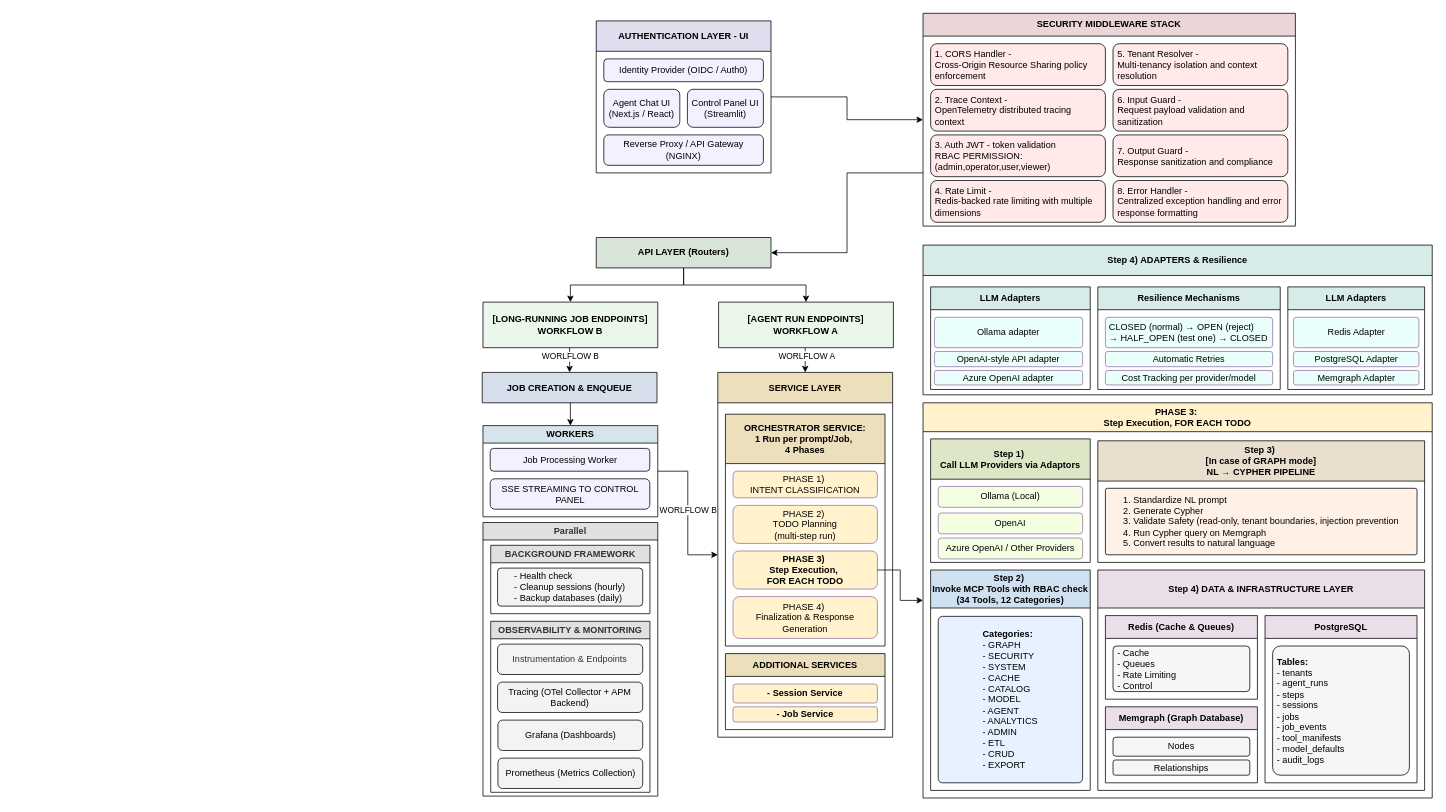
The draw.io diagram thesis/sapthesis/Presentation/architecture/drawio-files/DIAGRAM_SIMPLE.drawio in armanfeili/sapienza-msc-thesis-cineca-agentic-platform, before the edit. Source tidied: cells renumbered, new cells numbered last; positions are measured from the earlier drawing's top-left corner, leaving out a move shared by most shapes. Both pictures are drawn from the tidied source at 76%, with x=0, y=0 at pixel (482, 13).
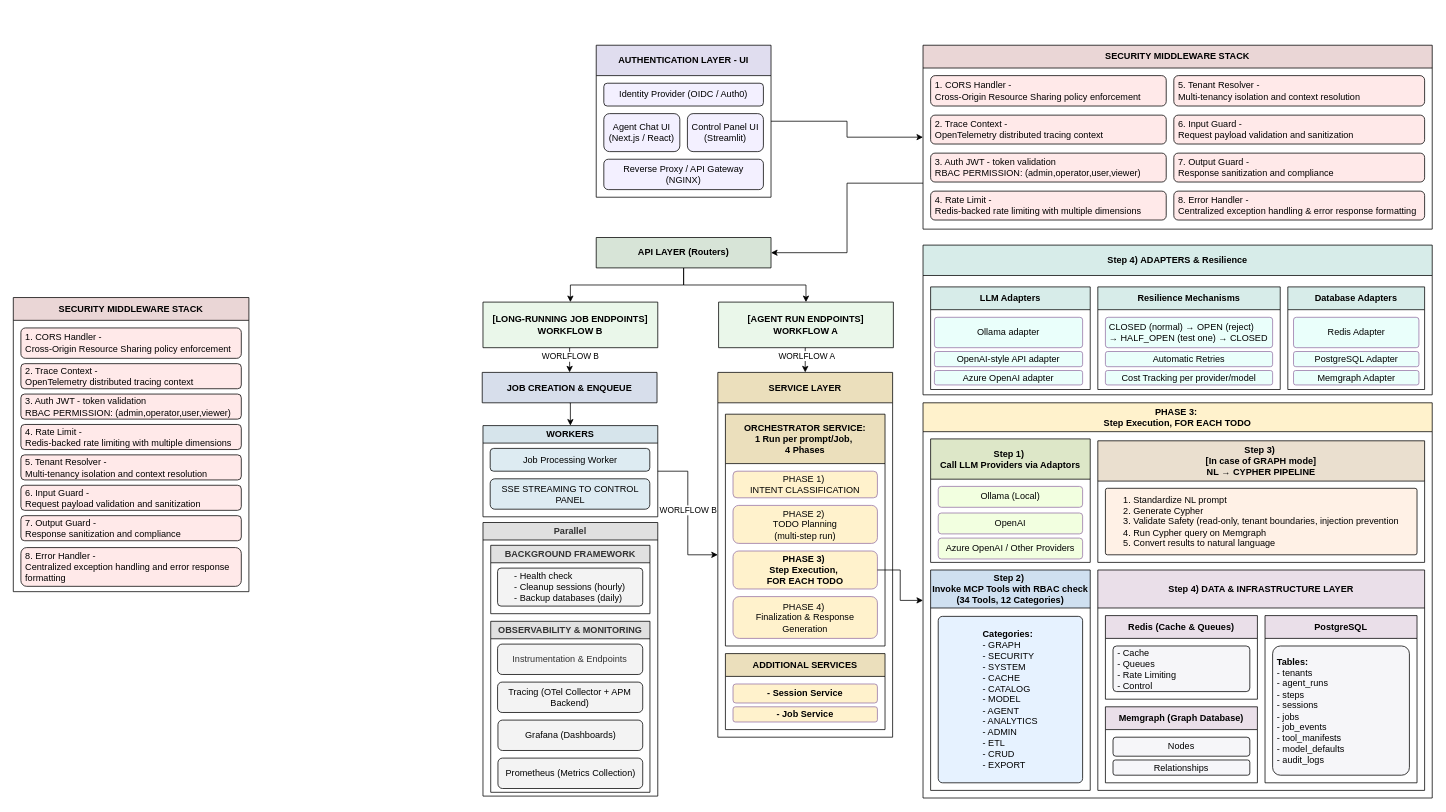
Above is the later version.

The change refers to these unchanged cells:
```xml
<mxCell id="68" value="&lt;div style=&quot;font-weight: 400;&quot;&gt;&lt;b style=&quot;text-align: left;&quot;&gt;Step 4)&amp;nbsp;&lt;/b&gt;&lt;span style=&quot;background-color: transparent; color: light-dark(rgb(0, 0, 0), rgb(255, 255, 255)); font-weight: bold;&quot;&gt;ADAPTERS &amp;amp;&amp;nbsp;&lt;/span&gt;&lt;b style=&quot;background-color: transparent; color: light-dark(rgb(0, 0, 0), rgb(255, 255, 255)); text-align: left;&quot;&gt;Resilience&lt;/b&gt;&lt;/div&gt;" style="swimlane;whiteSpace=wrap;html=1;fillColor=#D7ECE9;strokeColor=default;startSize=40;" parent="1" vertex="1">
  <mxGeometry x="580" y="305" width="670" height="197" as="geometry" />
</mxCell>
```

The edit, as a diff of the source:
```diff
@@
     <mxCell id="3" value="&lt;div&gt;AUTHENTICATION LAYER -&amp;nbsp;&lt;span style=&quot;background-color: transparent; color: light-dark(rgb(0, 0, 0), rgb(255, 255, 255));&quot;&gt;UI&lt;/span&gt;&lt;/div&gt;" style="swimlane;whiteSpace=wrap;html=1;startSize=40;fillColor=#E0DDEF;strokeColor=default;" parent="1" vertex="1">
-      <mxGeometry x="150" y="10" width="230" height="200" as="geometry" />
+      <mxGeometry x="150" y="42" width="230" height="200" as="geometry" />
     </mxCell>
@@
     <mxCell id="9" value="&lt;div style=&quot;text-align: left;&quot;&gt;&lt;b&gt;SECURITY&amp;nbsp;&lt;/b&gt;&lt;span style=&quot;background-color: transparent; text-align: center;&quot;&gt;MIDDLEWARE STACK&lt;/span&gt;&lt;/div&gt;" style="swimlane;whiteSpace=wrap;html=1;fillColor=#EAD6D6;strokeColor=default;rounded=0;absoluteArcSize=0;swimlaneFillColor=none;fillStyle=solid;startSize=30;" parent="1" vertex="1">
-      <mxGeometry x="580" width="490" height="280" as="geometry" />
+      <mxGeometry x="580" y="42" width="670" height="242" as="geometry" />
     </mxCell>
     <mxCell id="10" value="&lt;span style=&quot;font-weight: normal;&quot;&gt;1. CORS Handler -&amp;nbsp;&lt;/span&gt;&lt;div&gt;&lt;span style=&quot;font-weight: normal;&quot;&gt;Cross-Origin Resource Sharing policy enforcement&lt;/span&gt;&lt;/div&gt;" style="rounded=1;whiteSpace=wrap;html=1;fillColor=#FFE9E9;align=left;spacing=6;fontStyle=1;" parent="9" vertex="1">
-      <mxGeometry x="10" y="40" width="230" height="55" as="geometry" />
+      <mxGeometry x="10" y="40" width="310" height="40" as="geometry" />
     </mxCell>
     <mxCell id="11" value="2. Trace Context -&amp;nbsp;&lt;div&gt;OpenTelemetry distributed tracing context&lt;/div&gt;" style="rounded=1;whiteSpace=wrap;html=1;fillColor=#FFE9E9;align=left;spacing=6;" parent="9" vertex="1">
-      <mxGeometry x="10" y="100" width="230" height="55" as="geometry" />
+      <mxGeometry x="10" y="92" width="310" height="38" as="geometry" />
     </mxCell>
-    <mxCell id="12" value="3. Auth JWT -&amp;nbsp;&lt;span style=&quot;background-color: transparent; color: light-dark(rgb(0, 0, 0), rgb(255, 255, 255));&quot;&gt;token validation&lt;/span&gt;&lt;div&gt;RBAC PERMISSION:&lt;div&gt;(&lt;span style=&quot;background-color: transparent;&quot;&gt;admin,operator,user,viewer&lt;/span&gt;&lt;span style=&quot;background-color: transparent; color: light-dark(rgb(0, 0, 0), rgb(255, 255, 255));&quot;&gt;)&lt;/span&gt;&lt;/div&gt;&lt;/div&gt;" style="rounded=1;whiteSpace=wrap;html=1;fillColor=#FFE9E9;align=left;spacing=6;" parent="9" vertex="1">
-      <mxGeometry x="10" y="160" width="230" height="55" as="geometry" />
+    <mxCell id="12" value="3. Auth JWT -&amp;nbsp;&lt;span style=&quot;background-color: transparent; color: light-dark(rgb(0, 0, 0), rgb(255, 255, 255));&quot;&gt;token validation&lt;/span&gt;&lt;div&gt;RBAC PERMISSION:&amp;nbsp;&lt;span style=&quot;background-color: transparent; color: light-dark(rgb(0, 0, 0), rgb(255, 255, 255));&quot;&gt;(&lt;/span&gt;&lt;span style=&quot;background-color: transparent; color: light-dark(rgb(0, 0, 0), rgb(255, 255, 255));&quot;&gt;admin,operator,user,viewer&lt;/span&gt;&lt;span style=&quot;background-color: transparent; color: light-dark(rgb(0, 0, 0), rgb(255, 255, 255));&quot;&gt;)&lt;/span&gt;&lt;/div&gt;" style="rounded=1;whiteSpace=wrap;html=1;fillColor=#FFE9E9;align=left;spacing=6;" parent="9" vertex="1">
+      <mxGeometry x="10" y="142" width="310" height="38" as="geometry" />
     </mxCell>
     <mxCell id="13" value="4. Rate Limit -&amp;nbsp;&lt;div&gt;Redis-backed rate limiting with multiple dimensions&lt;/div&gt;" style="rounded=1;whiteSpace=wrap;html=1;fillColor=#FFE9E9;align=left;spacing=6;" parent="9" vertex="1">
-      <mxGeometry x="10" y="220" width="230" height="55" as="geometry" />
+      <mxGeometry x="10" y="192" width="310" height="38" as="geometry" />
     </mxCell>
     <mxCell id="14" value="&lt;span style=&quot;font-weight: normal;&quot;&gt;5. Tenant Resolver -&amp;nbsp;&lt;/span&gt;&lt;div&gt;&lt;span style=&quot;font-weight: normal;&quot;&gt;Multi-tenancy isolation and context resolution&lt;/span&gt;&lt;/div&gt;" style="rounded=1;whiteSpace=wrap;html=1;fillColor=#FFE9E9;align=left;spacing=6;fontStyle=1;" parent="9" vertex="1">
-      <mxGeometry x="250" y="40" width="230" height="55" as="geometry" />
+      <mxGeometry x="330" y="40" width="330" height="40" as="geometry" />
     </mxCell>
     <mxCell id="15" value="6. Input Guard -&amp;nbsp;&lt;div&gt;Request payload validation and sanitization&lt;/div&gt;" style="rounded=1;whiteSpace=wrap;html=1;fillColor=#FFE9E9;align=left;spacing=6;" parent="9" vertex="1">
-      <mxGeometry x="250" y="100" width="230" height="55" as="geometry" />
+      <mxGeometry x="330" y="92" width="330" height="38" as="geometry" />
     </mxCell>
     <mxCell id="16" value="7. Output Guard -&amp;nbsp;&lt;div&gt;Response sanitization and compliance&lt;/div&gt;" style="rounded=1;whiteSpace=wrap;html=1;fillColor=#FFE9E9;align=left;spacing=6;" parent="9" vertex="1">
-      <mxGeometry x="250" y="160" width="230" height="55" as="geometry" />
+      <mxGeometry x="330" y="142" width="330" height="38" as="geometry" />
     </mxCell>
-    <mxCell id="17" value="8. Error Handler -&amp;nbsp;&lt;div&gt;Centralized exception handling and error response formatting&lt;/div&gt;" style="rounded=1;whiteSpace=wrap;html=1;fillColor=#FFE9E9;align=left;spacing=6;" parent="9" vertex="1">
-      <mxGeometry x="250" y="220" width="230" height="55" as="geometry" />
+    <mxCell id="17" value="8. Error Handler -&amp;nbsp;&lt;div&gt;Centralized exception handling &amp;amp; error response formatting&lt;/div&gt;" style="rounded=1;whiteSpace=wrap;html=1;fillColor=#FFE9E9;align=left;spacing=6;" parent="9" vertex="1">
+      <mxGeometry x="330" y="192" width="330" height="38" as="geometry" />
     </mxCell>
@@
-    <mxCell id="31" value="WORKERS" style="swimlane;whiteSpace=wrap;html=1;fillColor=#D6E4EB;strokeColor=default;" parent="1" vertex="1">
+    <mxCell id="31" value="WORKERS" style="swimlane;whiteSpace=wrap;html=1;fillColor=#D6E4EB;strokeColor=default;startSize=23;" parent="1" vertex="1">
       <mxGeometry x="1" y="542.5" width="230" height="120" as="geometry" />
     </mxCell>
-    <mxCell id="32" value="&lt;span style=&quot;text-align: left;&quot;&gt;Job Processing Worker&lt;/span&gt;" style="rounded=1;whiteSpace=wrap;html=1;fillColor=#F3F0FF;" parent="31" vertex="1">
+    <mxCell id="32" value="&lt;span style=&quot;text-align: left;&quot;&gt;Job Processing Worker&lt;/span&gt;" style="rounded=1;whiteSpace=wrap;html=1;fillColor=#DDEBF2;" parent="31" vertex="1">
       <mxGeometry x="9.5" y="30" width="210" height="30" as="geometry" />
     </mxCell>
-    <mxCell id="33" value="&lt;span style=&quot;text-align: left;&quot;&gt;SSE STREAMING TO CONTROL PANEL&lt;/span&gt;" style="rounded=1;whiteSpace=wrap;html=1;fillColor=#F3F0FF;" parent="31" vertex="1">
+    <mxCell id="33" value="&lt;span style=&quot;text-align: left;&quot;&gt;SSE STREAMING TO CONTROL PANEL&lt;/span&gt;" style="rounded=1;whiteSpace=wrap;html=1;fillColor=#DDEBF2;" parent="31" vertex="1">
       <mxGeometry x="9.5" y="70" width="210" height="40" as="geometry" />
     </mxCell>
@@
-    <mxCell id="77" value="&lt;div style=&quot;font-weight: 400;&quot;&gt;&lt;b style=&quot;text-align: left;&quot;&gt;LLM Adapters&lt;/b&gt;&lt;/div&gt;" style="swimlane;whiteSpace=wrap;html=1;fillColor=#D7ECE9;strokeColor=default;startSize=30;" parent="68" vertex="1">
+    <mxCell id="77" value="&lt;div style=&quot;font-weight: 400;&quot;&gt;&lt;b style=&quot;text-align: left;&quot;&gt;Database Adapters&lt;/b&gt;&lt;/div&gt;" style="swimlane;whiteSpace=wrap;html=1;fillColor=#D7ECE9;strokeColor=default;startSize=30;" parent="68" vertex="1">
       <mxGeometry x="480" y="55" width="180" height="135" as="geometry" />
     </mxCell>
@@
+    <mxCell id="82" value="&lt;div style=&quot;text-align: left;&quot;&gt;&lt;b&gt;SECURITY&amp;nbsp;&lt;/b&gt;&lt;span style=&quot;background-color: transparent; text-align: center;&quot;&gt;MIDDLEWARE STACK&lt;/span&gt;&lt;/div&gt;" style="swimlane;whiteSpace=wrap;html=1;fillColor=#EAD6D6;strokeColor=default;rounded=0;absoluteArcSize=0;swimlaneFillColor=none;fillStyle=solid;startSize=30;" parent="1" vertex="1">
+      <mxGeometry x="-617" y="374" width="310" height="387" as="geometry" />
+    </mxCell>
+    <mxCell id="83" value="&lt;span style=&quot;font-weight: normal;&quot;&gt;1. CORS Handler -&amp;nbsp;&lt;/span&gt;&lt;div&gt;&lt;span style=&quot;font-weight: normal;&quot;&gt;Cross-Origin Resource Sharing policy enforcement&lt;/span&gt;&lt;/div&gt;" style="rounded=1;whiteSpace=wrap;html=1;fillColor=#FFE9E9;align=left;spacing=6;fontStyle=1;" parent="82" vertex="1">
+      <mxGeometry x="10" y="40" width="290" height="40" as="geometry" />
+    </mxCell>
+    <mxCell id="84" value="2. Trace Context -&amp;nbsp;&lt;div&gt;OpenTelemetry distributed tracing context&lt;/div&gt;" style="rounded=1;whiteSpace=wrap;html=1;fillColor=#FFE9E9;align=left;spacing=6;" parent="82" vertex="1">
+      <mxGeometry x="10" y="87" width="290" height="33" as="geometry" />
+    </mxCell>
+    <mxCell id="85" value="3. Auth JWT -&amp;nbsp;&lt;span style=&quot;background-color: transparent; color: light-dark(rgb(0, 0, 0), rgb(255, 255, 255));&quot;&gt;token validation&amp;nbsp;&lt;/span&gt;&lt;div&gt;&lt;span style=&quot;background-color: transparent; color: light-dark(rgb(0, 0, 0), rgb(255, 255, 255));&quot;&gt;RBAC PERMISSION:&amp;nbsp;&lt;/span&gt;&lt;span style=&quot;background-color: transparent; color: light-dark(rgb(0, 0, 0), rgb(255, 255, 255));&quot;&gt;(&lt;/span&gt;&lt;span style=&quot;background-color: transparent; color: light-dark(rgb(0, 0, 0), rgb(255, 255, 255));&quot;&gt;admin,operator,user,viewer&lt;/span&gt;&lt;span style=&quot;background-color: transparent; color: light-dark(rgb(0, 0, 0), rgb(255, 255, 255));&quot;&gt;)&lt;/span&gt;&lt;/div&gt;" style="rounded=1;whiteSpace=wrap;html=1;fillColor=#FFE9E9;align=left;spacing=6;" parent="82" vertex="1">
+      <mxGeometry x="10" y="127" width="290" height="33" as="geometry" />
+    </mxCell>
+    <mxCell id="86" value="4. Rate Limit -&amp;nbsp;&lt;div&gt;Redis-backed rate limiting with multiple dimensions&lt;/div&gt;" style="rounded=1;whiteSpace=wrap;html=1;fillColor=#FFE9E9;align=left;spacing=6;" parent="82" vertex="1">
+      <mxGeometry x="10" y="167" width="290" height="33" as="geometry" />
+    </mxCell>
+    <mxCell id="87" value="&lt;span style=&quot;font-weight: normal;&quot;&gt;5. Tenant Resolver -&amp;nbsp;&lt;/span&gt;&lt;div&gt;&lt;span style=&quot;font-weight: normal;&quot;&gt;Multi-tenancy isolation and context resolution&lt;/span&gt;&lt;/div&gt;" style="rounded=1;whiteSpace=wrap;html=1;fillColor=#FFE9E9;align=left;spacing=6;fontStyle=1;" parent="82" vertex="1">
+      <mxGeometry x="10" y="207" width="290" height="33" as="geometry" />
+    </mxCell>
+    <mxCell id="88" value="6. Input Guard -&amp;nbsp;&lt;div&gt;Request payload validation and sanitization&lt;/div&gt;" style="rounded=1;whiteSpace=wrap;html=1;fillColor=#FFE9E9;align=left;spacing=6;" parent="82" vertex="1">
+      <mxGeometry x="10" y="247" width="290" height="33" as="geometry" />
+    </mxCell>
+    <mxCell id="89" value="7. Output Guard -&amp;nbsp;&lt;div&gt;Response sanitization and compliance&lt;/div&gt;" style="rounded=1;whiteSpace=wrap;html=1;fillColor=#FFE9E9;align=left;spacing=6;" parent="82" vertex="1">
+      <mxGeometry x="10" y="287" width="290" height="33" as="geometry" />
+    </mxCell>
+    <mxCell id="90" value="8. Error Handler -&amp;nbsp;&lt;div&gt;Centralized exception handling and error response formatting&lt;/div&gt;" style="rounded=1;whiteSpace=wrap;html=1;fillColor=#FFE9E9;align=left;spacing=6;" parent="82" vertex="1">
+      <mxGeometry x="10" y="329" width="290" height="51" as="geometry" />
+    </mxCell>
```
